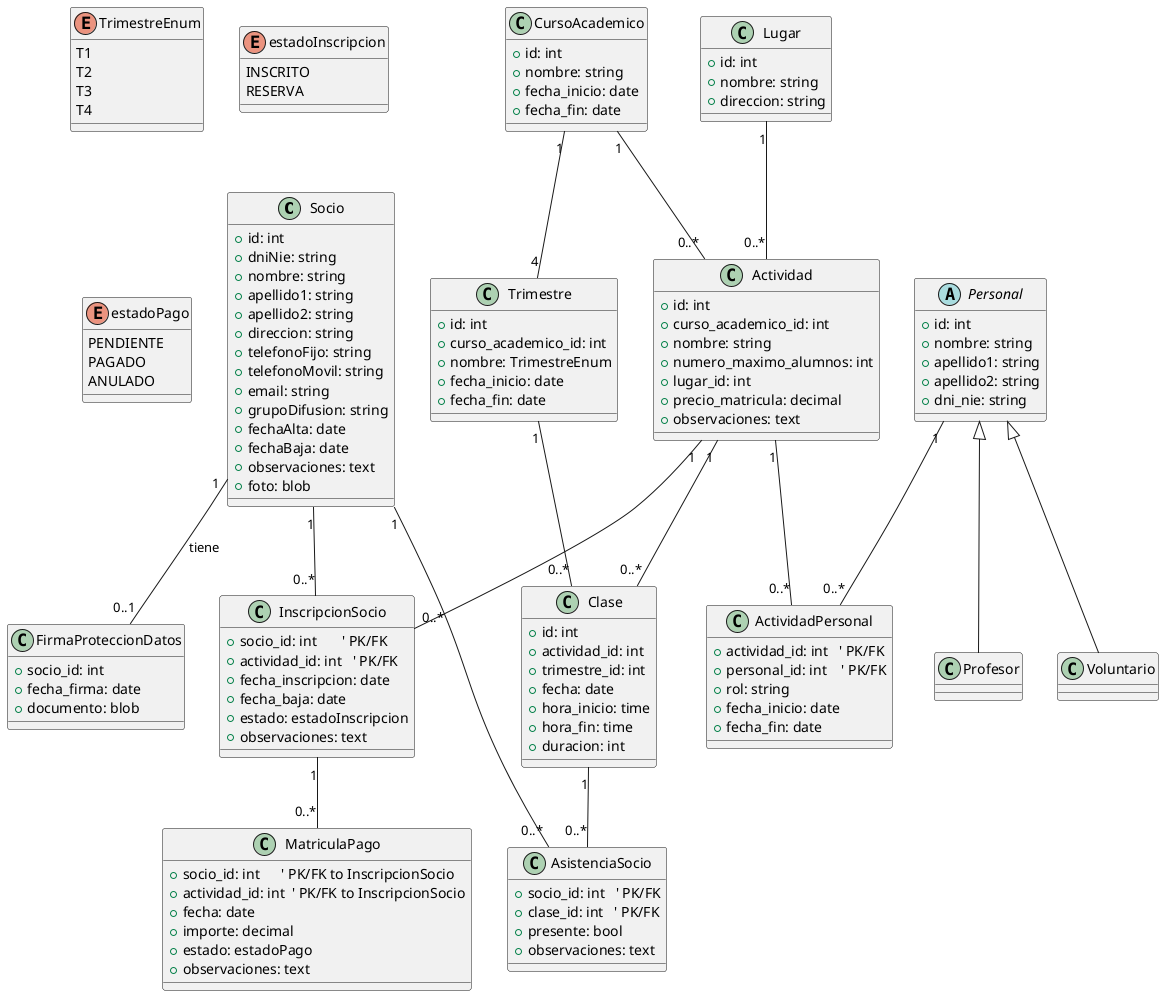
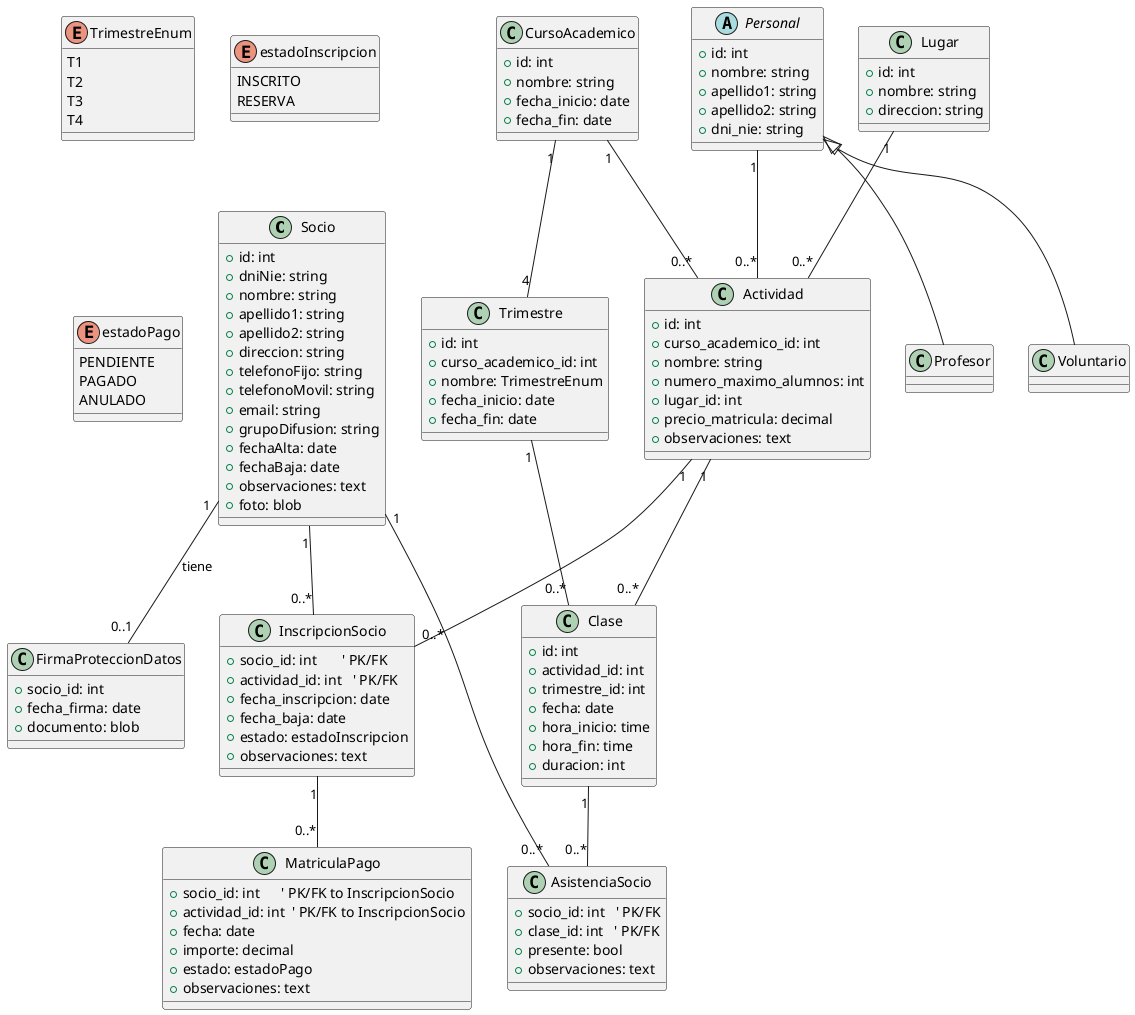
@startuml
' ------------- CORE ENTITIES -------------
class Socio {
    +id: int
    +dniNie: string
    +nombre: string
    +apellido1: string
    +apellido2: string
    +direccion: string
    +telefonoFijo: string
    +telefonoMovil: string
    +email: string
    +grupoDifusion: string
    +fechaAlta: date
    +fechaBaja: date
    +observaciones: text
    +foto: blob
}

' GDPR consent (one-to-one with Socio)
class FirmaProteccionDatos {
    +socio_id: int
    +fecha_firma: date
    +documento: blob
}

Socio "1" -- "0..1" FirmaProteccionDatos : tiene

abstract class Personal {
    +id: int
    +nombre: string
    +apellido1: string
    +apellido2: string
    +dni_nie: string
}

class Voluntario
class Profesor
Personal <|-- Voluntario
Personal <|-- Profesor

' ------------- ACADEMIC CALENDAR -------------
enum TrimestreEnum {
    T1
    T2
    T3
    T4
}

class CursoAcademico {
    +id: int
    +nombre: string
    +fecha_inicio: date
    +fecha_fin: date
}

class Trimestre {
    +id: int
    +curso_academico_id: int
    +nombre: TrimestreEnum
    +fecha_inicio: date
    +fecha_fin: date
}

CursoAcademico "1" -- "4" Trimestre

' ------------- ACTIVIDADES -------------
class Lugar {
    +id: int
    +nombre: string
    +direccion: string
}

class Actividad {
    +id: int
    +curso_academico_id: int
    +nombre: string
    +numero_maximo_alumnos: int
    +lugar_id: int
    +precio_matricula: decimal
    +observaciones: text
}

CursoAcademico "1" -- "0..*" Actividad
Lugar "1" -- "0..*" Actividad

- ' Bridge table to handle multiple monitors and historical replacements
- class ActividadPersonal {
-     +actividad_id: int   ' PK/FK
-     +personal_id: int    ' PK/FK
-     +rol: string
-     +fecha_inicio: date
-     +fecha_fin: date
- }
- 
- Actividad "1" -- "0..*" ActividadPersonal
- Personal  "1" -- "0..*" ActividadPersonal
+ Personal  "1" -- "0..*" Actividad

' ------------- INSCRIPCIÓN DE SOCIOS -------------
enum estadoInscripcion {
    INSCRITO
    RESERVA
}

class InscripcionSocio {
    +socio_id: int       ' PK/FK
    +actividad_id: int   ' PK/FK
    +fecha_inscripcion: date
    +fecha_baja: date
    +estado: estadoInscripcion
    +observaciones: text
}

Socio     "1" -- "0..*" InscripcionSocio
Actividad "1" -- "0..*" InscripcionSocio

' ------------- CLASES Y ASISTENCIA -------------
class Clase {
    +id: int
    +actividad_id: int
    +trimestre_id: int
    +fecha: date
    +hora_inicio: time
    +hora_fin: time
    +duracion: int
}

Actividad "1" -- "0..*" Clase
Trimestre "1" -- "0..*" Clase

class AsistenciaSocio {
    +socio_id: int   ' PK/FK
    +clase_id: int   ' PK/FK
    +presente: bool
    +observaciones: text
}

Socio "1" -- "0..*" AsistenciaSocio
Clase "1" -- "0..*" AsistenciaSocio

' ------------- PAGOS -------------
enum estadoPago {
    PENDIENTE
    PAGADO
    ANULADO
}

class MatriculaPago {
    +socio_id: int      ' PK/FK to InscripcionSocio
    +actividad_id: int  ' PK/FK to InscripcionSocio
    +fecha: date
    +importe: decimal
    +estado: estadoPago
    +observaciones: text
}

InscripcionSocio "1" -- "0..*" MatriculaPago

@enduml